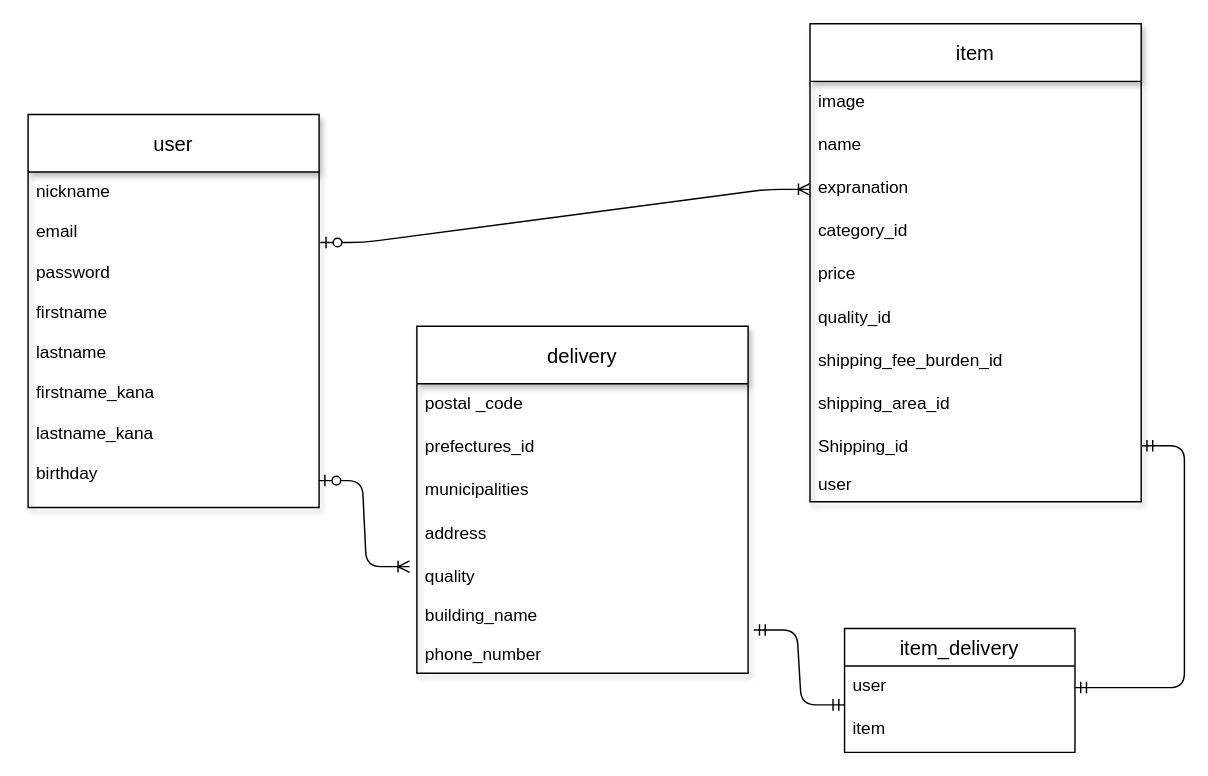
Before: page "ページ1" (1 of 2) of hurimaEr.dio in banana38ruy/furima-32992, a draw.io diagram. Source tidied: cells renumbered, new cells numbered last; positions are measured from the earlier drawing's top-left corner, leaving out a move shared by most shapes. Both pictures are drawn from the tidied source at 144%, with x=0, y=0 at pixel (27, 23).
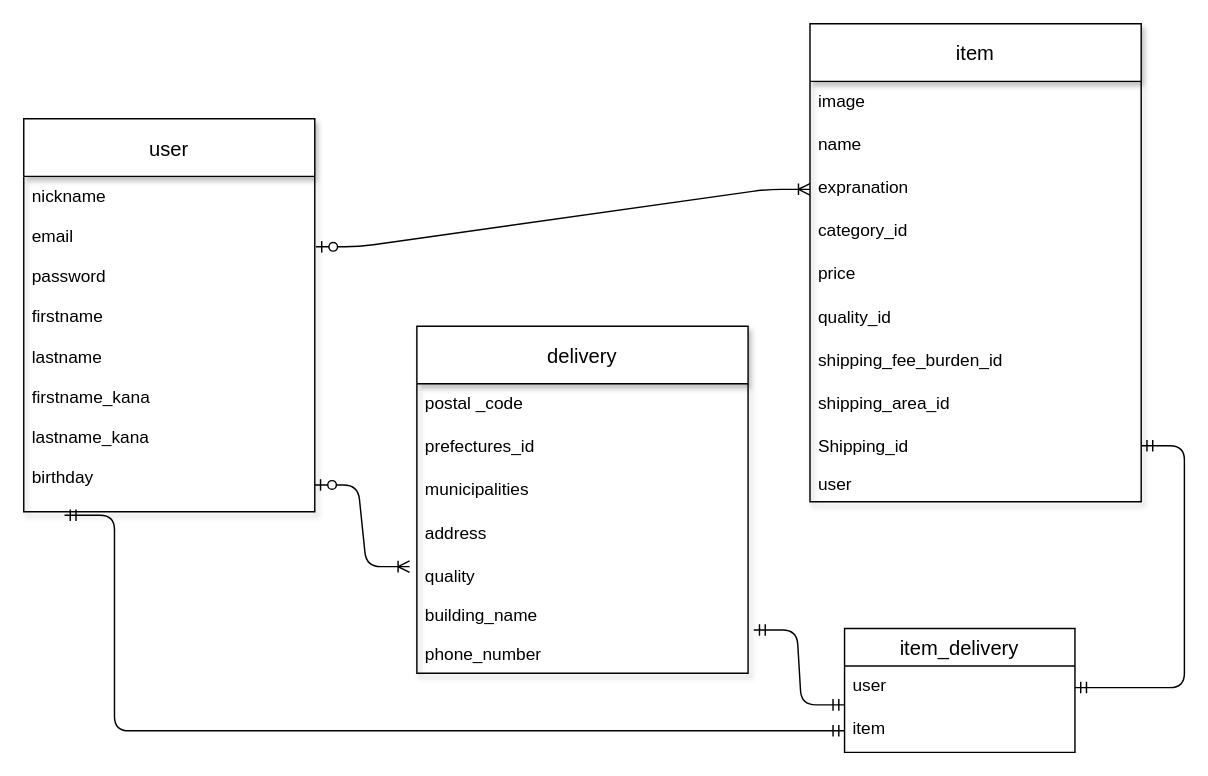
The same diagram, later.

Commit message (it also covers changes not shown here):
差分item外部キーの追加

Unchanged cells that the change refers to:
```xml
<mxCell id="25" value="item" style="text;strokeColor=none;fillColor=none;spacingLeft=4;spacingRight=4;overflow=hidden;points=[[0,0.5],[1,0.5]];portConstraint=eastwest;fontSize=12;" parent="23" vertex="1">
  <mxGeometry y="56" width="160" height="30" as="geometry" />
</mxCell>
<mxCell id="34" value="birthday" style="text;strokeColor=none;fillColor=none;spacingLeft=4;spacingRight=4;overflow=hidden;points=[[0,0.5],[1,0.5]];portConstraint=eastwest;fontSize=12;" parent="26" vertex="1">
  <mxGeometry y="235.6" width="202.1" height="37.3" as="geometry" />
</mxCell>
```

Change to the diagram source:
```diff
@@
     <mxCell id="26" value="user" style="swimlane;fontStyle=0;horizontal=1;startSize=40;align=center;fontSize=14;shadow=1;verticalAlign=middle;" parent="1" vertex="1">
-      <mxGeometry y="63" width="202.1" height="272.9" as="geometry" />
+      <mxGeometry x="-3" y="66" width="202.1" height="272.9" as="geometry" />
     </mxCell>
@@
+    <mxCell id="37" style="edgeStyle=elbowEdgeStyle;fontSize=12;html=1;endArrow=ERmandOne;startArrow=ERmandOne;entryX=0;entryY=0.5;entryDx=0;entryDy=0;exitX=0.14;exitY=1.065;exitDx=0;exitDy=0;exitPerimeter=0;" parent="1" edge="1" source="34" target="25">
+      <mxGeometry relative="1" as="geometry">
+        <Array as="points">
+          <mxPoint x="60" y="360" />
+        </Array>
+      </mxGeometry>
+    </mxCell>
```
